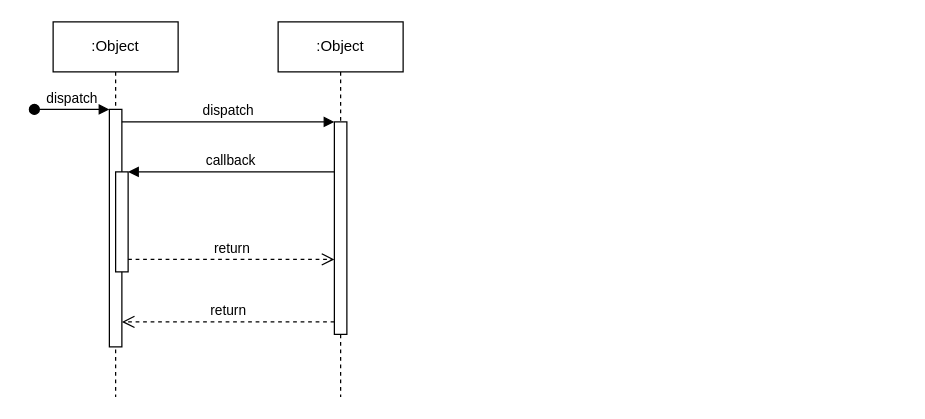
Above: json_dart.drawio in EstebanGitPro/Digramas (draw.io), before the change. Source tidied: cells renumbered, new cells numbered last; positions are measured from the earlier drawing's top-left corner, leaving out a move shared by most shapes. Both pictures are drawn from the tidied source at 125%, with x=0, y=0 at pixel (34, 21).
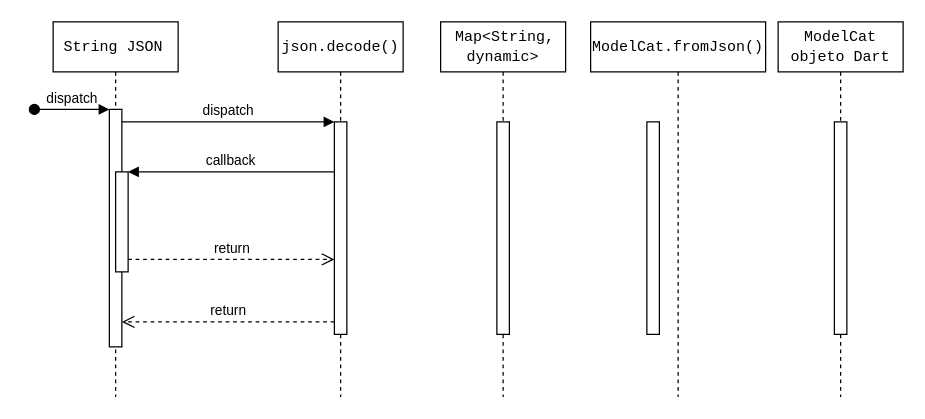
Above is the later version.

What changed in the source:
```diff
@@
-    <mxCell id="2" value=":Object" style="shape=umlLifeline;perimeter=lifelinePerimeter;whiteSpace=wrap;html=1;newEdgeStyle={&quot;edgeStyle&quot;:&quot;elbowEdgeStyle&quot;,&quot;elbow&quot;:&quot;vertical&quot;,&quot;curved&quot;:0,&quot;rounded&quot;:0};" parent="1" vertex="1">
+    <mxCell id="2" value="&lt;code style=&quot;text-align: left;&quot;&gt;String JSON&lt;/code&gt;&lt;span style=&quot;text-align: left;&quot;&gt;&amp;nbsp;&lt;/span&gt;" style="shape=umlLifeline;perimeter=lifelinePerimeter;whiteSpace=wrap;html=1;newEdgeStyle={&quot;edgeStyle&quot;:&quot;elbowEdgeStyle&quot;,&quot;elbow&quot;:&quot;vertical&quot;,&quot;curved&quot;:0,&quot;rounded&quot;:0};" parent="1" vertex="1">
       <mxGeometry x="15" width="100" height="300" as="geometry" />
     </mxCell>
@@
-    <mxCell id="6" value=":Object" style="shape=umlLifeline;perimeter=lifelinePerimeter;whiteSpace=wrap;html=1;newEdgeStyle={&quot;edgeStyle&quot;:&quot;elbowEdgeStyle&quot;,&quot;elbow&quot;:&quot;vertical&quot;,&quot;curved&quot;:0,&quot;rounded&quot;:0};" parent="1" vertex="1">
+    <mxCell id="6" value="&lt;span style=&quot;font-family: monospace; text-align: left;&quot;&gt;json.decode()&lt;/span&gt;" style="shape=umlLifeline;perimeter=lifelinePerimeter;whiteSpace=wrap;html=1;newEdgeStyle={&quot;edgeStyle&quot;:&quot;elbowEdgeStyle&quot;,&quot;elbow&quot;:&quot;vertical&quot;,&quot;curved&quot;:0,&quot;rounded&quot;:0};" parent="1" vertex="1">
       <mxGeometry x="195" width="100" height="300" as="geometry" />
     </mxCell>
@@
+    <mxCell id="12" value="&lt;span style=&quot;text-align: left;&quot;&gt;&amp;nbsp;&lt;/span&gt;&lt;code style=&quot;text-align: left;&quot;&gt;Map&amp;lt;String, dynamic&amp;gt;&lt;/code&gt;" style="shape=umlLifeline;perimeter=lifelinePerimeter;whiteSpace=wrap;html=1;newEdgeStyle={&quot;edgeStyle&quot;:&quot;elbowEdgeStyle&quot;,&quot;elbow&quot;:&quot;vertical&quot;,&quot;curved&quot;:0,&quot;rounded&quot;:0};" parent="1" vertex="1">
+      <mxGeometry x="325" width="100" height="300" as="geometry" />
+    </mxCell>
+    <mxCell id="13" style="html=1;perimeter=orthogonalPerimeter;targetShapes=umlLifeline;newEdgeStyle={&quot;edgeStyle&quot;:&quot;elbowEdgeStyle&quot;,&quot;elbow&quot;:&quot;vertical&quot;,&quot;curved&quot;:0,&quot;rounded&quot;:0};" parent="12" vertex="1">
+      <mxGeometry x="45" y="80" width="10" height="170" as="geometry" />
+    </mxCell>
+    <mxCell id="14" value="&lt;span style=&quot;font-family: monospace; text-align: left;&quot;&gt;ModelCat.fromJson()&lt;/span&gt;" style="shape=umlLifeline;perimeter=lifelinePerimeter;whiteSpace=wrap;html=1;newEdgeStyle={&quot;edgeStyle&quot;:&quot;elbowEdgeStyle&quot;,&quot;elbow&quot;:&quot;vertical&quot;,&quot;curved&quot;:0,&quot;rounded&quot;:0};" parent="1" vertex="1">
+      <mxGeometry x="445" width="140" height="300" as="geometry" />
+    </mxCell>
+    <mxCell id="15" style="html=1;perimeter=orthogonalPerimeter;targetShapes=umlLifeline;newEdgeStyle={&quot;edgeStyle&quot;:&quot;elbowEdgeStyle&quot;,&quot;elbow&quot;:&quot;vertical&quot;,&quot;curved&quot;:0,&quot;rounded&quot;:0};" parent="14" vertex="1">
+      <mxGeometry x="45" y="80" width="10" height="170" as="geometry" />
+    </mxCell>
+    <mxCell id="16" value="&lt;span style=&quot;font-family: monospace; text-align: left;&quot;&gt;ModelCat objeto Dart&lt;/span&gt;" style="shape=umlLifeline;perimeter=lifelinePerimeter;whiteSpace=wrap;html=1;newEdgeStyle={&quot;edgeStyle&quot;:&quot;elbowEdgeStyle&quot;,&quot;elbow&quot;:&quot;vertical&quot;,&quot;curved&quot;:0,&quot;rounded&quot;:0};" parent="1" vertex="1">
+      <mxGeometry x="595" width="100" height="300" as="geometry" />
+    </mxCell>
+    <mxCell id="17" style="html=1;perimeter=orthogonalPerimeter;targetShapes=umlLifeline;newEdgeStyle={&quot;edgeStyle&quot;:&quot;elbowEdgeStyle&quot;,&quot;elbow&quot;:&quot;vertical&quot;,&quot;curved&quot;:0,&quot;rounded&quot;:0};" parent="16" vertex="1">
+      <mxGeometry x="45" y="80" width="10" height="170" as="geometry" />
+    </mxCell>
```
